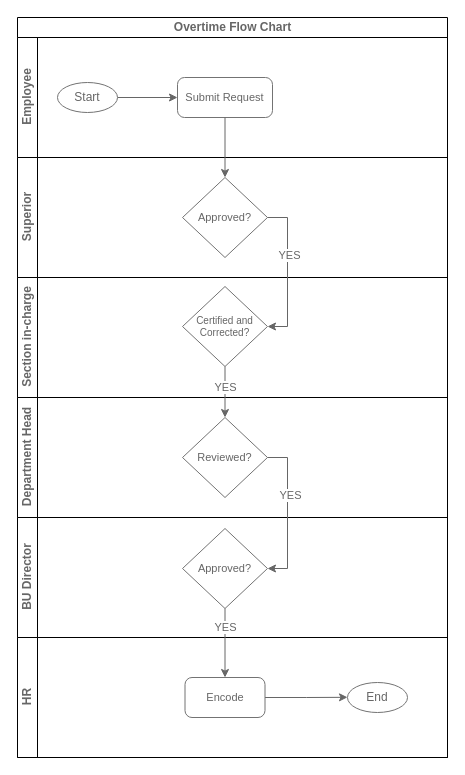
Above: page "Overtime Flow Chart" (6 of 6) of Untitled Diagram.drawio in GmallSysdev/gmall.diagram (draw.io), before the change. Source tidied: cells renumbered, new cells numbered last; positions are measured from the earlier drawing's top-left corner, leaving out a move shared by most shapes. Both pictures are drawn from the tidied source at 100%, with x=0, y=0 at pixel (17, 17).
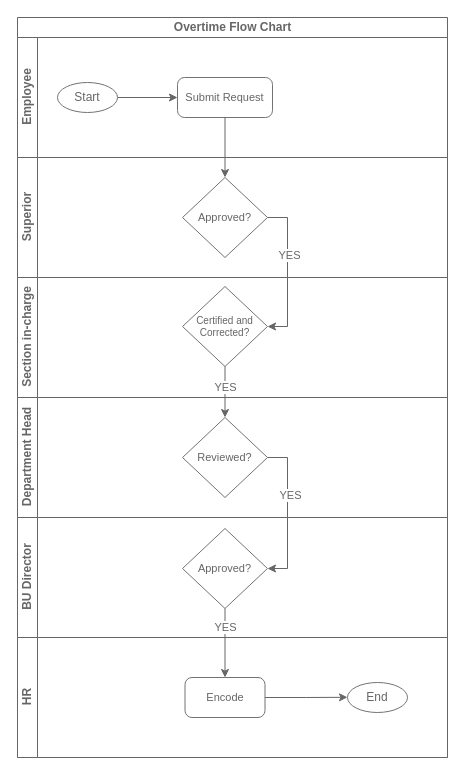
The same page after the edit.

Commit message:
changed some border color

Change to the diagram source:
```diff
@@
-    <mxCell id="2" value="Overtime Flow Chart" style="swimlane;horizontal=1;startSize=20;html=1;fontColor=#666666;" parent="1" vertex="1">
+    <mxCell id="2" value="Overtime Flow Chart" style="swimlane;horizontal=1;startSize=20;html=1;fontColor=#666666;strokeColor=#666666;" parent="1" vertex="1">
       <mxGeometry width="430" height="740" as="geometry" />
     </mxCell>
-    <mxCell id="3" value="Employee" style="swimlane;startSize=20;horizontal=0;html=1;fontColor=#666666;" parent="2" vertex="1">
+    <mxCell id="3" value="Employee" style="swimlane;startSize=20;horizontal=0;html=1;fontColor=#666666;strokeColor=#666666;" parent="2" vertex="1">
       <mxGeometry y="20" width="430" height="120" as="geometry" />
     </mxCell>
@@
-    <mxCell id="7" value="Superior" style="swimlane;startSize=20;horizontal=0;html=1;fontColor=#666666;" parent="2" vertex="1">
+    <mxCell id="7" value="Superior" style="swimlane;startSize=20;horizontal=0;html=1;fontColor=#666666;strokeColor=#666666;" parent="2" vertex="1">
       <mxGeometry y="140" width="430" height="120" as="geometry" />
     </mxCell>
@@
-    <mxCell id="9" value="Section in-charge" style="swimlane;startSize=20;horizontal=0;html=1;fontColor=#666666;" parent="2" vertex="1">
+    <mxCell id="9" value="Section in-charge" style="swimlane;startSize=20;horizontal=0;html=1;fontColor=#666666;strokeColor=#666666;" parent="2" vertex="1">
       <mxGeometry y="260" width="430" height="120" as="geometry" />
     </mxCell>
@@
-    <mxCell id="11" value="Department Head" style="swimlane;startSize=20;horizontal=0;html=1;fontColor=#666666;" parent="2" vertex="1">
+    <mxCell id="11" value="Department Head" style="swimlane;startSize=20;horizontal=0;html=1;fontColor=#666666;strokeColor=#666666;" parent="2" vertex="1">
       <mxGeometry y="380" width="430" height="120" as="geometry" />
     </mxCell>
@@
-    <mxCell id="13" value="BU Director" style="swimlane;startSize=20;horizontal=0;html=1;fontColor=#666666;" parent="2" vertex="1">
+    <mxCell id="13" value="BU Director" style="swimlane;startSize=20;horizontal=0;html=1;fontColor=#666666;strokeColor=#666666;" parent="2" vertex="1">
       <mxGeometry y="500" width="430" height="120" as="geometry" />
     </mxCell>
@@
-    <mxCell id="15" value="HR" style="swimlane;startSize=20;horizontal=0;html=1;fontColor=#666666;" parent="2" vertex="1">
+    <mxCell id="15" value="HR" style="swimlane;startSize=20;horizontal=0;html=1;fontColor=#666666;strokeColor=#666666;" parent="2" vertex="1">
       <mxGeometry y="620" width="430" height="120" as="geometry" />
     </mxCell>
```
